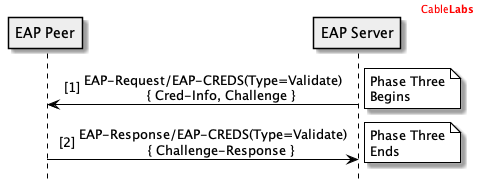
Before: Extras/UML/EAP-CREDS Phase Three Flow.png, a diagram exported from PlantUML (openca/eap-creds).
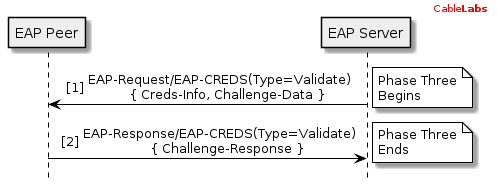
Above is the later version.

What changed in the source:
```diff
@@ -22,7 +22,7 @@
 Participant "EAP Server" as S #eee
 
 autonumber 1 "[##]"
-S->P: EAP-Request/EAP-CREDS(Type=Validate)\n    { Cred-Info, Challenge }
+S->P: EAP-Request/EAP-CREDS(Type=Validate)\n    { Creds-Info, Challenge-Data }
 note right #fff: Phase Three\nBegins
 
 P->S: EAP-Response/EAP-CREDS(Type=Validate)\n    { Challenge-Response }
```
